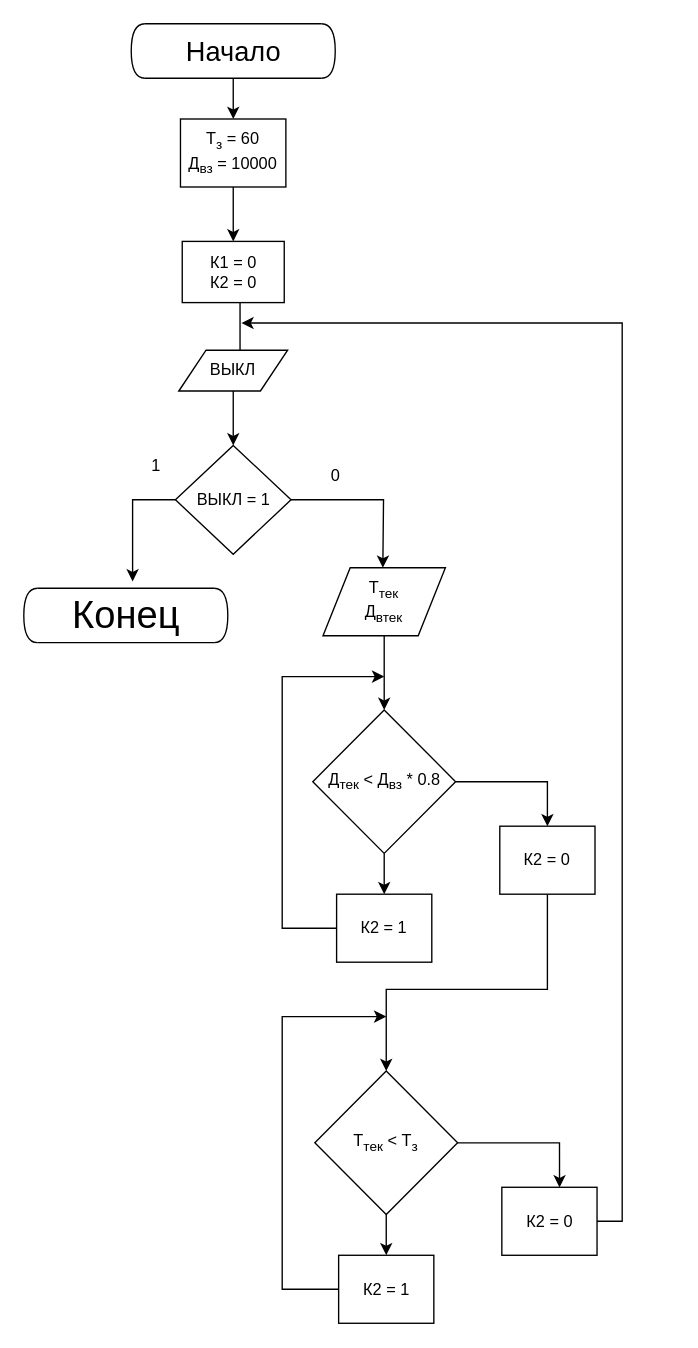
This is микропроцессоры/бса(2).drawio from Pocobeer/Course-3, a draw.io file, before an edit. Source tidied: cells renumbered, new cells numbered last; positions are measured from the earlier drawing's top-left corner, leaving out a move shared by most shapes. Both pictures are drawn from the tidied source at 136%, with x=0, y=0 at pixel (23, 23).
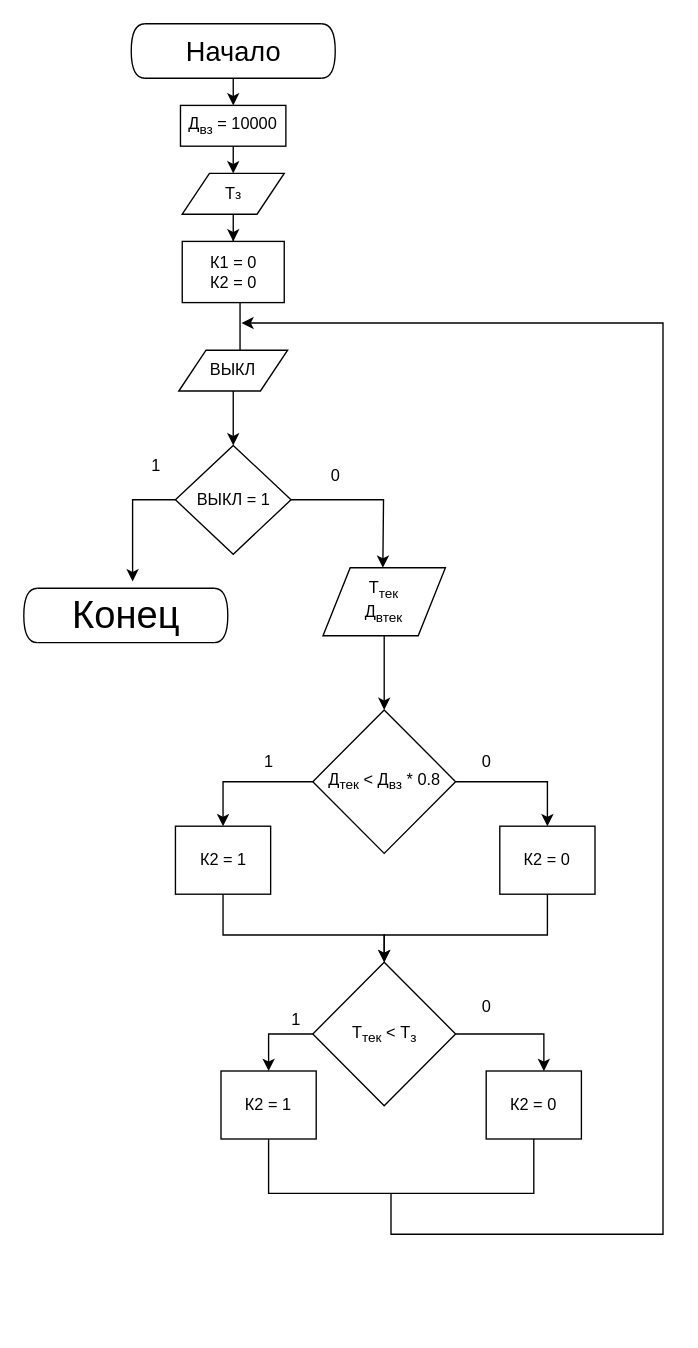
After the change.

The change refers to these unchanged cells:
```xml
<mxCell id="22" value="&lt;div&gt;К1 = 0&lt;/div&gt;&lt;div&gt;К2 = 0&lt;/div&gt;" style="rounded=0;whiteSpace=wrap;html=1;" parent="1" vertex="1">
  <mxGeometry x="116.5" y="160" width="75" height="45" as="geometry" />
</mxCell>
<mxCell id="28" value="Д&lt;sub&gt;тек&lt;/sub&gt; &amp;lt; Д&lt;sub&gt;вз&lt;/sub&gt; * 0.8" style="rhombus;whiteSpace=wrap;html=1;" parent="1" vertex="1">
  <mxGeometry x="212.5" y="504.5" width="105" height="105.5" as="geometry" />
</mxCell>
<mxCell id="32" value="К2 = 0" style="rounded=0;whiteSpace=wrap;html=1;" parent="1" vertex="1">
  <mxGeometry x="350" y="590" width="70" height="50" as="geometry" />
</mxCell>
```

Change to the diagram source:
```diff
@@
-    <mxCell id="9" style="edgeStyle=orthogonalEdgeStyle;rounded=0;jettySize=auto;html=1;" parent="1" edge="1" source="10" target="22">
-      <mxGeometry relative="1" as="geometry" />
-    </mxCell>
+    <mxCell id="40" style="edgeStyle=orthogonalEdgeStyle;rounded=0;jettySize=auto;html=1;" parent="1" edge="1" source="10" target="43">
+      <mxGeometry relative="1" as="geometry" />
+    </mxCell>
-    <mxCell id="10" value="&lt;div&gt;T&lt;sub&gt;з&lt;/sub&gt; = 60&lt;/div&gt;&lt;div&gt;Д&lt;sub&gt;вз&lt;/sub&gt; = 10000&lt;/div&gt;" style="rounded=0;whiteSpace=wrap;html=1;" parent="1" vertex="1">
-      <mxGeometry x="115.2" y="70" width="77.5" height="50" as="geometry" />
+    <mxCell id="10" value="&lt;div&gt;&lt;span style=&quot;background-color: transparent; color: light-dark(rgb(0, 0, 0), rgb(255, 255, 255));&quot;&gt;Д&lt;/span&gt;&lt;sub style=&quot;background-color: transparent; color: light-dark(rgb(0, 0, 0), rgb(255, 255, 255));&quot;&gt;вз&lt;/sub&gt;&lt;span style=&quot;background-color: transparent; color: light-dark(rgb(0, 0, 0), rgb(255, 255, 255));&quot;&gt; = 10000&lt;/span&gt;&lt;/div&gt;" style="rounded=0;whiteSpace=wrap;html=1;" parent="1" vertex="1">
+      <mxGeometry x="115.2" y="60" width="77.5" height="30" as="geometry" />
     </mxCell>
@@
+    <mxCell id="27" style="edgeStyle=orthogonalEdgeStyle;rounded=0;jettySize=auto;html=1;entryX=0.5;entryY=0;entryDx=0;entryDy=0;" parent="1" edge="1" source="28" target="32">
+      <mxGeometry relative="1" as="geometry" />
+    </mxCell>
-    <mxCell id="26" style="edgeStyle=orthogonalEdgeStyle;rounded=0;jettySize=auto;html=1;" parent="1" edge="1" source="28" target="30">
-      <mxGeometry relative="1" as="geometry" />
+    <mxCell id="26" style="edgeStyle=orthogonalEdgeStyle;rounded=0;jettySize=auto;html=1;entryX=0.5;entryY=0;entryDx=0;entryDy=0;" parent="1" edge="1" source="28" target="30">
+      <mxGeometry relative="1" as="geometry">
+        <Array as="points">
+          <mxPoint x="147" y="557" />
+          <mxPoint x="147" y="590" />
+        </Array>
+      </mxGeometry>
     </mxCell>
-    <mxCell id="27" style="edgeStyle=orthogonalEdgeStyle;rounded=0;jettySize=auto;html=1;entryX=0.5;entryY=0;entryDx=0;entryDy=0;" parent="1" edge="1" source="28" target="32">
-      <mxGeometry relative="1" as="geometry" />
-    </mxCell>
@@
-    <mxCell id="29" style="edgeStyle=orthogonalEdgeStyle;rounded=0;jettySize=auto;html=1;" parent="1" edge="1" source="30">
-      <mxGeometry relative="1" as="geometry">
-        <mxPoint x="265" y="480" as="targetPoint" />
-        <Array as="points">
-          <mxPoint x="190" y="665" />
-          <mxPoint x="190" y="480" />
-        </Array>
-      </mxGeometry>
-    </mxCell>
+    <mxCell id="41" style="edgeStyle=orthogonalEdgeStyle;rounded=0;jettySize=auto;html=1;entryX=0.5;entryY=0;entryDx=0;entryDy=0;" parent="1" edge="1" source="30" target="34">
+      <mxGeometry relative="1" as="geometry">
+        <Array as="points">
+          <mxPoint x="146" y="670" />
+          <mxPoint x="265" y="670" />
+        </Array>
+      </mxGeometry>
+    </mxCell>
     <mxCell id="30" value="К2 = 1" style="rounded=0;whiteSpace=wrap;html=1;" parent="1" vertex="1">
-      <mxGeometry x="230" y="640" width="70" height="50" as="geometry" />
+      <mxGeometry x="111.5" y="590" width="70" height="50" as="geometry" />
     </mxCell>
     <mxCell id="31" style="edgeStyle=orthogonalEdgeStyle;rounded=0;jettySize=auto;html=1;entryX=0.5;entryY=0;entryDx=0;entryDy=0;" parent="1" edge="1" source="32" target="34">
       <mxGeometry relative="1" as="geometry">
         <Array as="points">
-          <mxPoint x="385" y="710" />
-          <mxPoint x="267" y="710" />
+          <mxPoint x="385" y="670" />
+          <mxPoint x="265" y="670" />
         </Array>
       </mxGeometry>
     </mxCell>
@@
     <mxCell id="33" style="edgeStyle=orthogonalEdgeStyle;rounded=0;jettySize=auto;html=1;" parent="1" edge="1" source="34" target="36">
-      <mxGeometry relative="1" as="geometry" />
+      <mxGeometry relative="1" as="geometry">
+        <Array as="points">
+          <mxPoint x="180" y="743" />
+        </Array>
+      </mxGeometry>
     </mxCell>
     <mxCell id="34" value="Т&lt;sub&gt;тек&lt;/sub&gt; &amp;lt; Т&lt;sub&gt;з&lt;/sub&gt;" style="rhombus;whiteSpace=wrap;html=1;" parent="1" vertex="1">
-      <mxGeometry x="214" y="770" width="105" height="105.5" as="geometry" />
+      <mxGeometry x="212.5" y="690" width="105" height="105.5" as="geometry" />
     </mxCell>
-    <mxCell id="35" style="edgeStyle=orthogonalEdgeStyle;rounded=0;jettySize=auto;html=1;" parent="1" edge="1" source="36">
-      <mxGeometry relative="1" as="geometry">
-        <mxPoint x="266.5" y="730" as="targetPoint" />
-        <Array as="points">
-          <mxPoint x="190" y="931" />
-          <mxPoint x="190" y="730" />
-        </Array>
-      </mxGeometry>
-    </mxCell>
     <mxCell id="36" value="К2 = 1" style="rounded=0;whiteSpace=wrap;html=1;" parent="1" vertex="1">
-      <mxGeometry x="231.5" y="905.5" width="70" height="50" as="geometry" />
+      <mxGeometry x="145" y="770" width="70" height="50" as="geometry" />
     </mxCell>
-    <mxCell id="37" style="edgeStyle=elbowEdgeStyle;rounded=0;jettySize=auto;html=1;" parent="1" edge="1" source="38">
-      <mxGeometry relative="1" as="geometry">
-        <mxPoint x="160" y="220" as="targetPoint" />
-        <Array as="points">
-          <mxPoint x="440" y="540" />
-        </Array>
-      </mxGeometry>
-    </mxCell>
     <mxCell id="38" value="К2 = 0" style="rounded=0;whiteSpace=wrap;html=1;" parent="1" vertex="1">
-      <mxGeometry x="351.5" y="855.5" width="70" height="50" as="geometry" />
+      <mxGeometry x="340" y="770" width="70" height="50" as="geometry" />
     </mxCell>
@@
+    <mxCell id="42" style="edgeStyle=orthogonalEdgeStyle;rounded=0;jettySize=auto;html=1;" parent="1" edge="1" source="43" target="22">
+      <mxGeometry relative="1" as="geometry" />
+    </mxCell>
+    <mxCell id="43" value="T&lt;span style=&quot;font-size: 10px;&quot;&gt;з&lt;/span&gt;" style="shape=parallelogram;perimeter=parallelogramPerimeter;whiteSpace=wrap;html=1;fixedSize=1;" parent="1" vertex="1">
+      <mxGeometry x="116.5" y="110" width="75" height="30" as="geometry" />
+    </mxCell>
+    <mxCell id="44" value="0" style="text;html=1;align=center;verticalAlign=middle;strokeColor=none;fillColor=none;" parent="1" vertex="1">
+      <mxGeometry x="325" y="528" width="30" height="30" as="geometry" />
+    </mxCell>
+    <mxCell id="45" value="1" style="text;html=1;align=center;verticalAlign=middle;strokeColor=none;fillColor=none;" parent="1" vertex="1">
+      <mxGeometry x="165" y="528" width="30" height="30" as="geometry" />
+    </mxCell>
+    <mxCell id="46" value="0" style="text;html=1;align=center;verticalAlign=middle;strokeColor=none;fillColor=none;" parent="1" vertex="1">
+      <mxGeometry x="325" y="708" width="30" height="30" as="geometry" />
+    </mxCell>
+    <mxCell id="47" value="1" style="text;html=1;align=center;verticalAlign=middle;strokeColor=none;fillColor=none;" parent="1" vertex="1">
+      <mxGeometry x="185" y="718" width="30" height="30" as="geometry" />
+    </mxCell>
+    <mxCell id="48" style="endArrow=none;html=1;rounded=0;exitX=0.5;exitY=1;exitDx=0;exitDy=0;entryX=0.5;entryY=1;entryDx=0;entryDy=0;" parent="1" edge="1" source="36" target="38">
+      <mxGeometry relative="1" as="geometry">
+        <Array as="points">
+          <mxPoint x="180" y="860" />
+          <mxPoint x="280" y="860" />
+          <mxPoint x="375" y="860" />
+        </Array>
+      </mxGeometry>
+    </mxCell>
+    <mxCell id="49" style="endArrow=classic;html=1;rounded=0;" parent="1" edge="1">
+      <mxGeometry relative="1" as="geometry">
+        <mxPoint x="270" y="860" as="sourcePoint" />
+        <mxPoint x="160" y="220" as="targetPoint" />
+        <Array as="points">
+          <mxPoint x="270" y="890" />
+          <mxPoint x="470" y="890" />
+          <mxPoint x="470" y="510" />
+          <mxPoint x="470" y="220" />
+        </Array>
+      </mxGeometry>
+    </mxCell>
```
